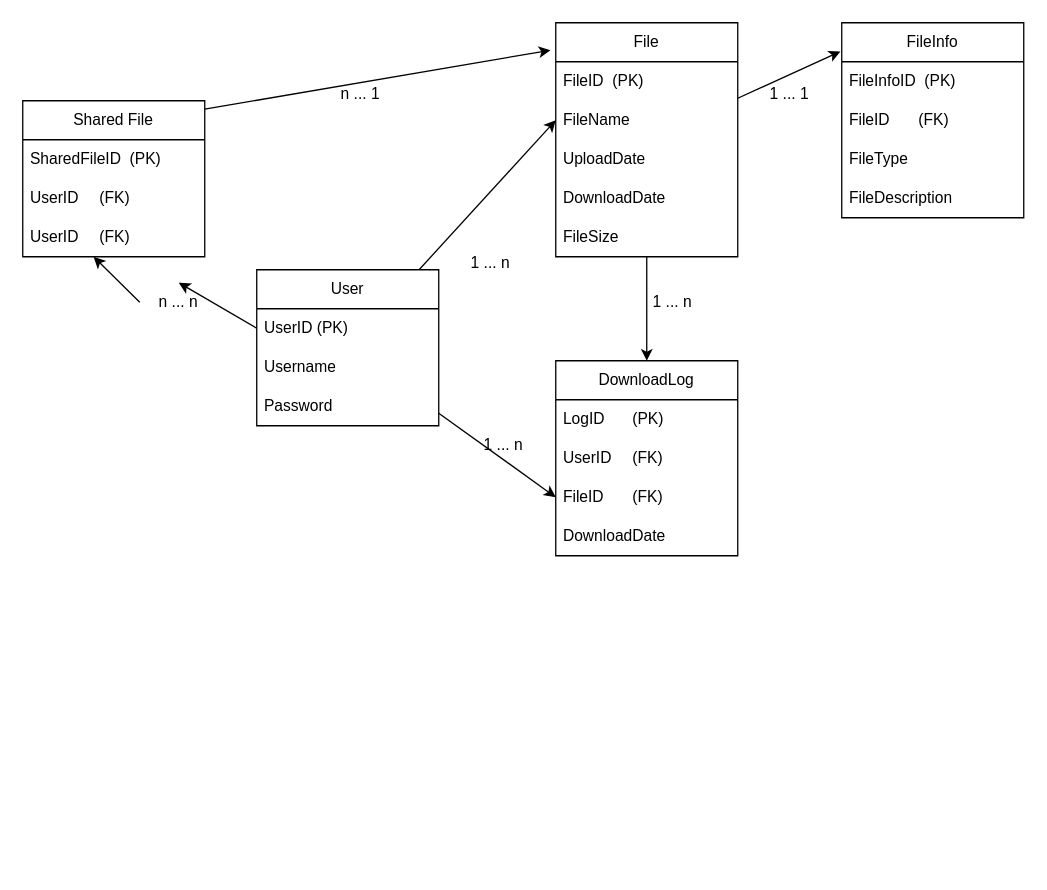
Before: Untitled Diagram.drawio in Archon02/Helooword, a draw.io diagram. Source tidied: cells renumbered, new cells numbered last; positions are measured from the earlier drawing's top-left corner, leaving out a move shared by most shapes. Both pictures are drawn from the tidied source at 130%, with x=0, y=0 at pixel (22, 22).
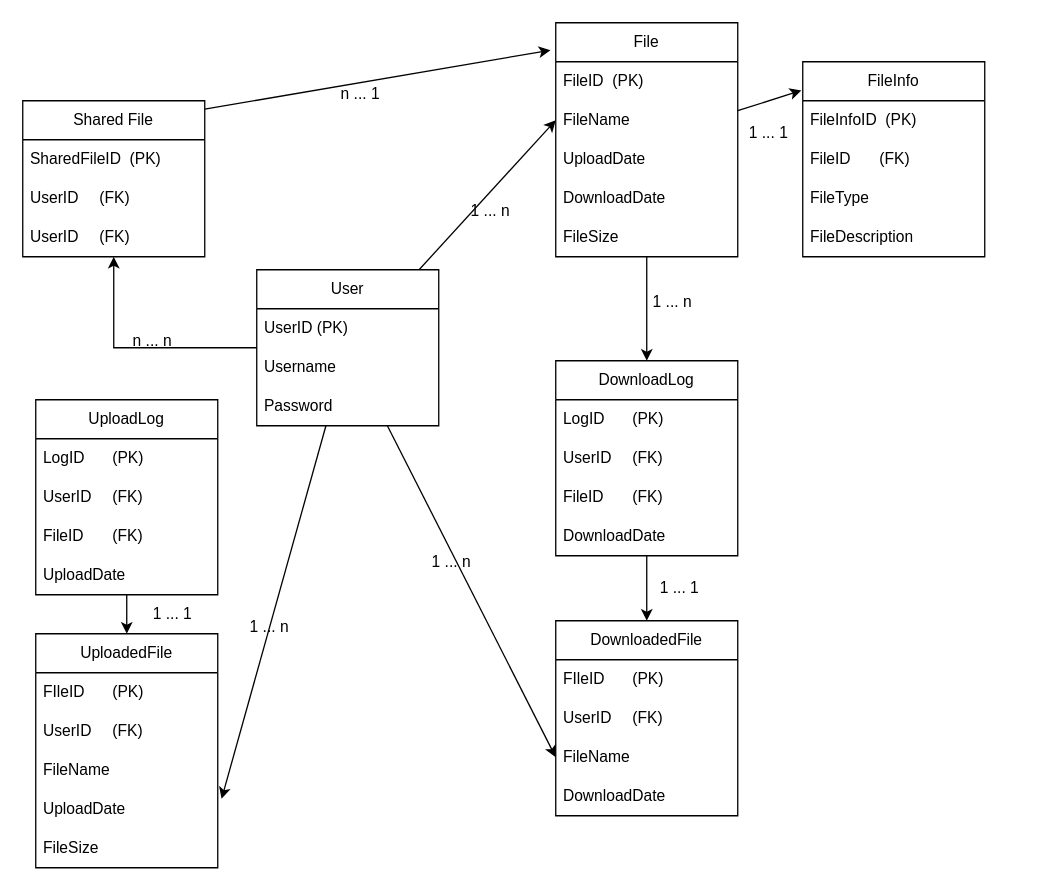
After the change.

The change refers to these unchanged cells:
```xml
<mxCell id="5" value="User" style="swimlane;fontStyle=0;horizontal=1;startSize=30;whiteSpace=wrap;html=1;" parent="1" vertex="1">
  <mxGeometry x="180" y="190" width="140" height="120" as="geometry" />
</mxCell>
<mxCell id="6" value="UserID (PK)" style="text;strokeColor=none;fillColor=none;align=left;verticalAlign=middle;spacingLeft=4;spacingRight=4;overflow=hidden;points=[[0,0.5],[1,0.5]];portConstraint=eastwest;whiteSpace=wrap;html=1;" parent="5" vertex="1">
  <mxGeometry y="30" width="140" height="30" as="geometry" />
</mxCell>
<mxCell id="9" value="DownloadLog" style="swimlane;fontStyle=0;horizontal=1;startSize=30;whiteSpace=wrap;html=1;" parent="1" vertex="1">
  <mxGeometry x="410" y="260" width="140" height="150" as="geometry" />
</mxCell>
<mxCell id="12" value="FileID&lt;span style=&quot;white-space: pre;&quot;&gt;&#9;&lt;/span&gt;(FK)" style="text;strokeColor=none;fillColor=none;align=left;verticalAlign=middle;spacingLeft=4;spacingRight=4;overflow=hidden;points=[[0,0.5],[1,0.5]];portConstraint=eastwest;whiteSpace=wrap;html=1;" parent="9" vertex="1">
  <mxGeometry y="90" width="140" height="30" as="geometry" />
</mxCell>
<mxCell id="22" value="Shared File" style="swimlane;fontStyle=0;horizontal=1;startSize=30;whiteSpace=wrap;html=1;" parent="1" vertex="1">
  <mxGeometry y="60" width="140" height="120" as="geometry" />
</mxCell>
```

Diff of the diagram source:
```diff
@@
-    <mxCell id="2" style="rounded=0;jettySize=auto;html=1;entryX=0;entryY=0.5;entryDx=0;entryDy=0;" parent="1" edge="1" source="5" target="12">
+    <mxCell id="2" style="rounded=0;jettySize=auto;html=1;entryX=0;entryY=0.5;entryDx=0;entryDy=0;" parent="1" edge="1" source="5" target="56">
       <mxGeometry relative="1" as="geometry" />
     </mxCell>
@@
-    <mxCell id="4" style="rounded=0;jettySize=auto;html=1;entryX=0.5;entryY=0;entryDx=0;entryDy=0;exitX=0;exitY=0.5;exitDx=0;exitDy=0;" parent="1" edge="1" source="31">
-      <mxGeometry relative="1" as="geometry">
-        <mxPoint x="54.5" y="180" as="targetPoint" />
-      </mxGeometry>
-    </mxCell>
+    <mxCell id="39" style="edgeStyle=orthogonalEdgeStyle;rounded=0;jettySize=auto;html=1;" parent="1" edge="1" source="5" target="22">
+      <mxGeometry relative="1" as="geometry" />
+    </mxCell>
@@
+    <mxCell id="40" style="edgeStyle=orthogonalEdgeStyle;rounded=0;jettySize=auto;html=1;entryX=0.5;entryY=0;entryDx=0;entryDy=0;" parent="1" edge="1" source="9" target="53">
+      <mxGeometry relative="1" as="geometry" />
+    </mxCell>
@@
     <mxCell id="26" value="1 ... n" style="text;html=1;strokeColor=none;fillColor=none;align=center;verticalAlign=middle;whiteSpace=wrap;rounded=0;" parent="1" vertex="1">
-      <mxGeometry x="340" y="310" width="60" height="30" as="geometry" />
+      <mxGeometry x="300" y="400" width="60" height="30" as="geometry" />
     </mxCell>
@@
     <mxCell id="28" value="1 ... n" style="text;html=1;strokeColor=none;fillColor=none;align=center;verticalAlign=middle;whiteSpace=wrap;rounded=0;" parent="1" vertex="1">
-      <mxGeometry x="330" y="170" width="60" height="30" as="geometry" />
+      <mxGeometry x="330" y="130" width="60" height="30" as="geometry" />
     </mxCell>
@@
-    <mxCell id="30" style="rounded=0;jettySize=auto;html=1;entryX=0.5;entryY=0;entryDx=0;entryDy=0;exitX=0;exitY=0.5;exitDx=0;exitDy=0;" parent="1" edge="1" source="6" target="31">
-      <mxGeometry relative="1" as="geometry" />
-    </mxCell>
     <mxCell id="31" value="n ... n" style="text;html=1;strokeColor=none;fillColor=none;align=center;verticalAlign=middle;whiteSpace=wrap;rounded=0;" parent="1" vertex="1">
-      <mxGeometry x="90" y="200" width="60" height="30" as="geometry" />
+      <mxGeometry x="70" y="230" width="60" height="30" as="geometry" />
     </mxCell>
     <mxCell id="32" value="FileInfo" style="swimlane;fontStyle=0;horizontal=1;startSize=30;whiteSpace=wrap;html=1;" parent="1" vertex="1">
-      <mxGeometry x="630" width="140" height="150" as="geometry" />
+      <mxGeometry x="600" y="30" width="140" height="150" as="geometry" />
     </mxCell>
@@
     <mxCell id="38" value="1 ... 1" style="text;html=1;strokeColor=none;fillColor=none;align=center;verticalAlign=middle;whiteSpace=wrap;rounded=0;" parent="1" vertex="1">
-      <mxGeometry x="560" y="40" width="60" height="30" as="geometry" />
+      <mxGeometry x="544" y="70" width="60" height="30" as="geometry" />
     </mxCell>
+    <mxCell id="41" style="edgeStyle=orthogonalEdgeStyle;rounded=0;jettySize=auto;html=1;entryX=0.5;entryY=0;entryDx=0;entryDy=0;" parent="1" edge="1" source="42" target="47">
+      <mxGeometry relative="1" as="geometry" />
+    </mxCell>
+    <mxCell id="42" value="UploadLog" style="swimlane;fontStyle=0;horizontal=1;startSize=30;whiteSpace=wrap;html=1;" parent="1" vertex="1">
+      <mxGeometry x="10" y="290" width="140" height="150" as="geometry" />
+    </mxCell>
+    <mxCell id="43" value="LogID&lt;span style=&quot;white-space: pre;&quot;&gt;&#9;&lt;/span&gt;(PK)" style="text;strokeColor=none;fillColor=none;align=left;verticalAlign=middle;spacingLeft=4;spacingRight=4;overflow=hidden;whiteSpace=wrap;html=1;" parent="42" vertex="1">
+      <mxGeometry y="30" width="140" height="30" as="geometry" />
+    </mxCell>
+    <mxCell id="44" value="UserID&lt;span style=&quot;white-space: pre;&quot;&gt;&#9;&lt;/span&gt;(FK)" style="text;strokeColor=none;fillColor=none;align=left;verticalAlign=middle;spacingLeft=4;spacingRight=4;overflow=hidden;whiteSpace=wrap;html=1;" parent="42" vertex="1">
+      <mxGeometry y="60" width="140" height="30" as="geometry" />
+    </mxCell>
+    <mxCell id="45" value="FileID&lt;span style=&quot;white-space: pre;&quot;&gt;&#9;&lt;/span&gt;(FK)" style="text;strokeColor=none;fillColor=none;align=left;verticalAlign=middle;spacingLeft=4;spacingRight=4;overflow=hidden;whiteSpace=wrap;html=1;" parent="42" vertex="1">
+      <mxGeometry y="90" width="140" height="30" as="geometry" />
+    </mxCell>
+    <mxCell id="46" value="UploadDate" style="text;strokeColor=none;fillColor=none;align=left;verticalAlign=middle;spacingLeft=4;spacingRight=4;overflow=hidden;whiteSpace=wrap;html=1;" parent="42" vertex="1">
+      <mxGeometry y="120" width="140" height="30" as="geometry" />
+    </mxCell>
+    <mxCell id="47" value="UploadedFile" style="swimlane;fontStyle=0;horizontal=1;startSize=30;whiteSpace=wrap;html=1;" parent="1" vertex="1">
+      <mxGeometry x="10" y="470" width="140" height="180" as="geometry" />
+    </mxCell>
+    <mxCell id="48" value="FIleID&lt;span style=&quot;white-space: pre;&quot;&gt;&#9;&lt;/span&gt;(PK)" style="text;strokeColor=none;fillColor=none;align=left;verticalAlign=middle;spacingLeft=4;spacingRight=4;overflow=hidden;whiteSpace=wrap;html=1;" parent="47" vertex="1">
+      <mxGeometry y="30" width="140" height="30" as="geometry" />
+    </mxCell>
+    <mxCell id="49" value="UserID&lt;span style=&quot;white-space: pre;&quot;&gt;&#9;&lt;/span&gt;(FK)" style="text;strokeColor=none;fillColor=none;align=left;verticalAlign=middle;spacingLeft=4;spacingRight=4;overflow=hidden;whiteSpace=wrap;html=1;" parent="47" vertex="1">
+      <mxGeometry y="60" width="140" height="30" as="geometry" />
+    </mxCell>
+    <mxCell id="50" value="FileName" style="text;strokeColor=none;fillColor=none;align=left;verticalAlign=middle;spacingLeft=4;spacingRight=4;overflow=hidden;points=[[0,0.5],[1,0.5]];portConstraint=eastwest;whiteSpace=wrap;html=1;" parent="47" vertex="1">
+      <mxGeometry y="90" width="140" height="30" as="geometry" />
+    </mxCell>
+    <mxCell id="51" value="UploadDate" style="text;strokeColor=none;fillColor=none;align=left;verticalAlign=middle;spacingLeft=4;spacingRight=4;overflow=hidden;whiteSpace=wrap;html=1;" parent="47" vertex="1">
+      <mxGeometry y="120" width="140" height="30" as="geometry" />
+    </mxCell>
+    <mxCell id="52" value="FileSize" style="text;strokeColor=none;fillColor=none;align=left;verticalAlign=middle;spacingLeft=4;spacingRight=4;overflow=hidden;whiteSpace=wrap;html=1;" parent="47" vertex="1">
+      <mxGeometry y="150" width="140" height="30" as="geometry" />
+    </mxCell>
+    <mxCell id="53" value="DownloadedFile" style="swimlane;fontStyle=0;horizontal=1;startSize=30;whiteSpace=wrap;html=1;" parent="1" vertex="1">
+      <mxGeometry x="410" y="460" width="140" height="150" as="geometry" />
+    </mxCell>
+    <mxCell id="54" value="FIleID&lt;span style=&quot;white-space: pre;&quot;&gt;&#9;&lt;/span&gt;(PK)" style="text;strokeColor=none;fillColor=none;align=left;verticalAlign=middle;spacingLeft=4;spacingRight=4;overflow=hidden;whiteSpace=wrap;html=1;" parent="53" vertex="1">
+      <mxGeometry y="30" width="140" height="30" as="geometry" />
+    </mxCell>
+    <mxCell id="55" value="UserID&lt;span style=&quot;white-space: pre;&quot;&gt;&#9;&lt;/span&gt;(FK)" style="text;strokeColor=none;fillColor=none;align=left;verticalAlign=middle;spacingLeft=4;spacingRight=4;overflow=hidden;whiteSpace=wrap;html=1;" parent="53" vertex="1">
+      <mxGeometry y="60" width="140" height="30" as="geometry" />
+    </mxCell>
+    <mxCell id="56" value="FileName" style="text;strokeColor=none;fillColor=none;align=left;verticalAlign=middle;spacingLeft=4;spacingRight=4;overflow=hidden;points=[[0,0.5],[1,0.5]];portConstraint=eastwest;whiteSpace=wrap;html=1;" parent="53" vertex="1">
+      <mxGeometry y="90" width="140" height="30" as="geometry" />
+    </mxCell>
+    <mxCell id="57" value="DownloadDate" style="text;strokeColor=none;fillColor=none;align=left;verticalAlign=middle;spacingLeft=4;spacingRight=4;overflow=hidden;whiteSpace=wrap;html=1;" parent="53" vertex="1">
+      <mxGeometry y="120" width="140" height="30" as="geometry" />
+    </mxCell>
+    <mxCell id="58" value="1 ... 1" style="text;html=1;align=center;verticalAlign=middle;strokeColor=none;fillColor=none;" parent="1" vertex="1">
+      <mxGeometry x="480" y="420" width="50" height="30" as="geometry" />
+    </mxCell>
+    <mxCell id="59" value="1 ... 1" style="text;html=1;align=center;verticalAlign=middle;strokeColor=none;fillColor=none;" parent="1" vertex="1">
+      <mxGeometry x="90" y="440" width="50" height="30" as="geometry" />
+    </mxCell>
+    <mxCell id="60" style="rounded=0;jettySize=auto;html=1;entryX=1.021;entryY=1.233;entryDx=0;entryDy=0;entryPerimeter=0;" parent="1" edge="1" source="5" target="50">
+      <mxGeometry relative="1" as="geometry" />
+    </mxCell>
+    <mxCell id="61" value="1 ... n" style="text;html=1;strokeColor=none;fillColor=none;align=center;verticalAlign=middle;whiteSpace=wrap;rounded=0;" parent="1" vertex="1">
+      <mxGeometry x="160" y="450" width="60" height="30" as="geometry" />
+    </mxCell>
```
